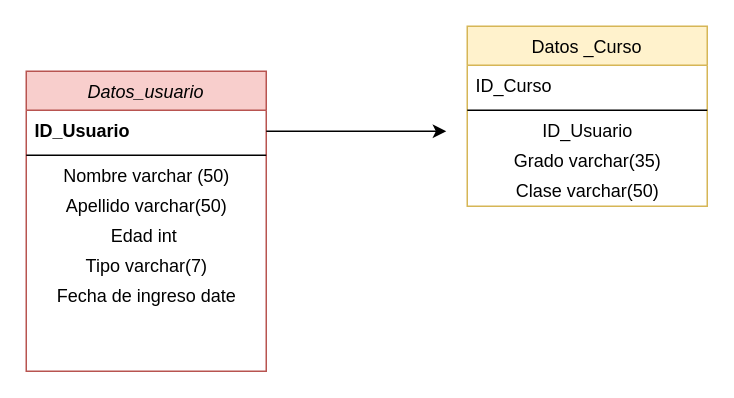
Before: Ham-School.drawio in Ham-School/-event_up-mer, a draw.io diagram. Source tidied: cells renumbered, new cells numbered last; positions are measured from the earlier drawing's top-left corner, leaving out a move shared by most shapes. Both pictures are drawn from the tidied source at 150%, with x=0, y=0 at pixel (26, 26).
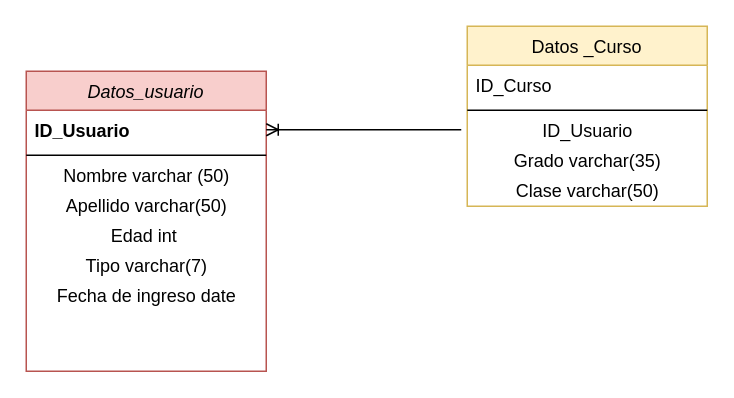
The same page after the edit.

Change to the diagram source:
```diff
@@
 <mxGraphModel>
   <root>
     <mxCell id="0" />
     <mxCell id="1" parent="0" />
     <mxCell id="2" value="Datos_usuario" style="swimlane;fontStyle=2;align=center;verticalAlign=top;horizontal=1;startSize=26;rounded=0;shadow=0;strokeWidth=1;fillColor=#f8cecc;strokeColor=#b85450;" parent="1" vertex="1">
       <mxGeometry y="30" width="160" height="200" as="geometry" />
     </mxCell>
     <mxCell id="3" value="ID_Usuario" style="text;align=left;verticalAlign=top;spacingLeft=4;spacingRight=4;overflow=hidden;points=[[0,0.5],[1,0.5]];portConstraint=eastwest;fontStyle=1;" parent="2" vertex="1">
       <mxGeometry y="26" width="160" height="26" as="geometry" />
     </mxCell>
     <mxCell id="4" style="line;html=1;strokeWidth=1;align=left;verticalAlign=middle;spacingTop=-1;spacingLeft=3;spacingRight=3;labelPosition=right;" parent="2" vertex="1">
       <mxGeometry y="52" width="160" height="8" as="geometry" />
     </mxCell>
     <mxCell id="5" value="Nombre varchar (50)" style="text;html=1;align=center;verticalAlign=middle;" parent="2" vertex="1">
       <mxGeometry y="60" width="160" height="20" as="geometry" />
     </mxCell>
     <mxCell id="6" value="Apellido varchar(50)" style="text;html=1;align=center;verticalAlign=middle;" parent="2" vertex="1">
       <mxGeometry y="80" width="160" height="20" as="geometry" />
     </mxCell>
     <mxCell id="7" value="Edad int&amp;nbsp;" style="text;html=1;align=center;verticalAlign=middle;" parent="2" vertex="1">
       <mxGeometry y="100" width="160" height="20" as="geometry" />
     </mxCell>
     <mxCell id="8" value="Tipo varchar(7)" style="text;html=1;align=center;verticalAlign=middle;" parent="2" vertex="1">
       <mxGeometry y="120" width="160" height="20" as="geometry" />
     </mxCell>
     <mxCell id="9" value="Fecha de ingreso date" style="text;html=1;align=center;verticalAlign=middle;" parent="2" vertex="1">
       <mxGeometry y="140" width="160" height="20" as="geometry" />
     </mxCell>
     <mxCell id="10" value="Datos _Curso" style="swimlane;fontStyle=0;align=center;verticalAlign=top;horizontal=1;startSize=26;rounded=0;shadow=0;strokeWidth=1;fillColor=#fff2cc;strokeColor=#d6b656;" parent="1" vertex="1">
       <mxGeometry x="294" width="160" height="120" as="geometry" />
     </mxCell>
     <mxCell id="11" value="ID_Curso" style="text;align=left;verticalAlign=top;spacingLeft=4;spacingRight=4;overflow=hidden;" parent="10" vertex="1">
       <mxGeometry y="26" width="160" height="26" as="geometry" />
     </mxCell>
     <mxCell id="12" style="line;html=1;strokeWidth=1;align=left;verticalAlign=middle;spacingTop=-1;spacingLeft=3;spacingRight=3;labelPosition=right;" parent="10" vertex="1">
       <mxGeometry y="52" width="160" height="8" as="geometry" />
     </mxCell>
     <mxCell id="13" value="ID_Usuario" style="text;html=1;align=center;verticalAlign=middle;" parent="10" vertex="1">
       <mxGeometry y="60" width="160" height="20" as="geometry" />
     </mxCell>
     <mxCell id="14" value="Grado varchar(35)" style="text;html=1;align=center;verticalAlign=middle;" parent="10" vertex="1">
       <mxGeometry y="80" width="160" height="20" as="geometry" />
     </mxCell>
     <mxCell id="15" value="Clase varchar(50)" style="text;html=1;align=center;verticalAlign=middle;" parent="10" vertex="1">
       <mxGeometry y="100" width="160" height="20" as="geometry" />
     </mxCell>
-    <mxCell id="16" style="endArrow=classic;html=1;" parent="1" edge="1">
+    <mxCell id="16" style="endArrow=ERoneToMany;html=1;entryX=1;entryY=0.5;entryDx=0;entryDy=0;endFill=0;" parent="1" edge="1" target="3">
       <mxGeometry relative="1" as="geometry">
-        <mxPoint x="160" y="70" as="sourcePoint" />
-        <mxPoint x="280" y="70" as="targetPoint" />
+        <mxPoint x="290" y="69" as="sourcePoint" />
       </mxGeometry>
     </mxCell>
   </root>
 </mxGraphModel>
```
